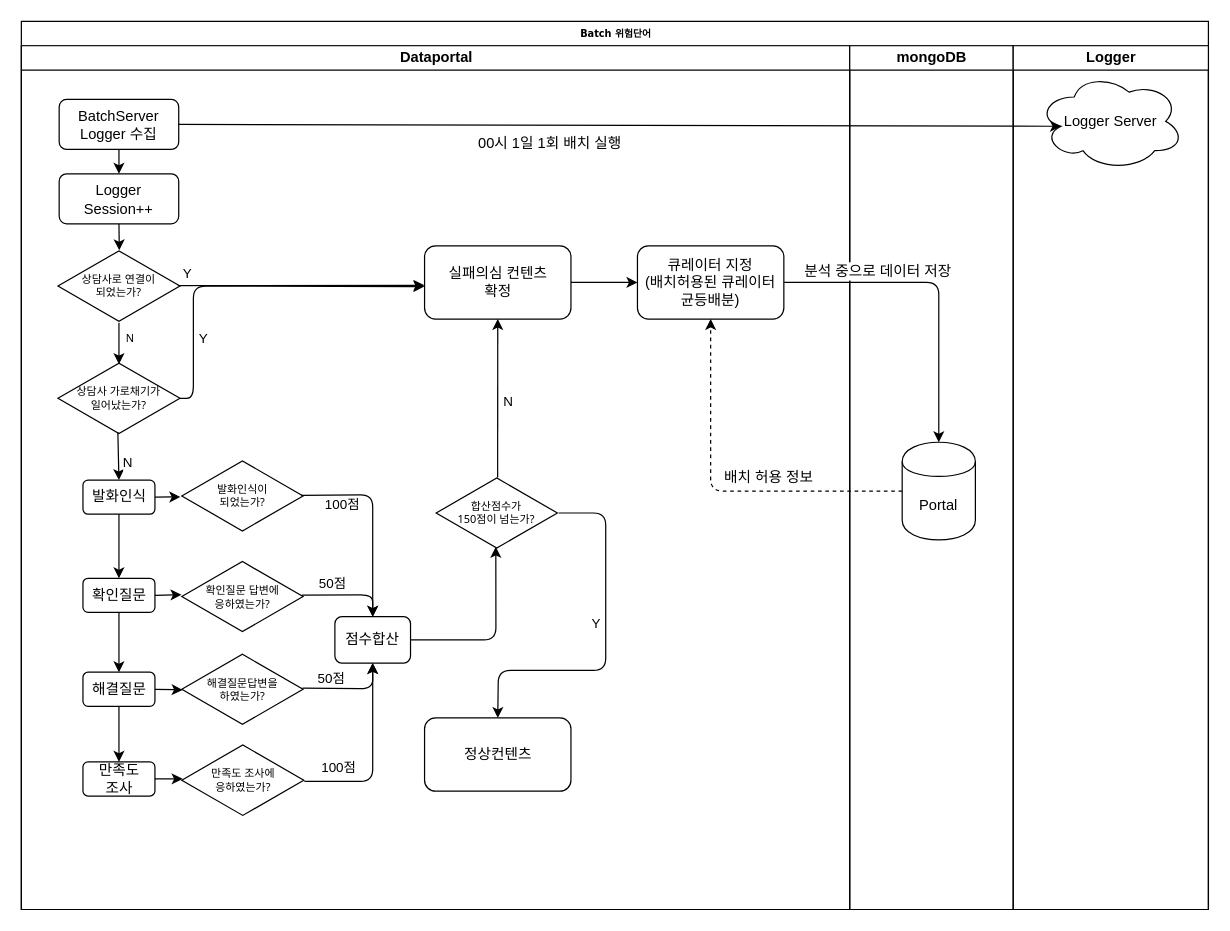
Before: page "실패의심 컨텐츠" (2 of 2) of 배치.drawio in dongyoupkim/kdycorp, a draw.io diagram. Source tidied: cells renumbered, new cells numbered last; positions are measured from the earlier drawing's top-left corner, leaving out a move shared by most shapes. Both pictures are drawn from the tidied source at 122%, with x=0, y=0 at pixel (21, 21).
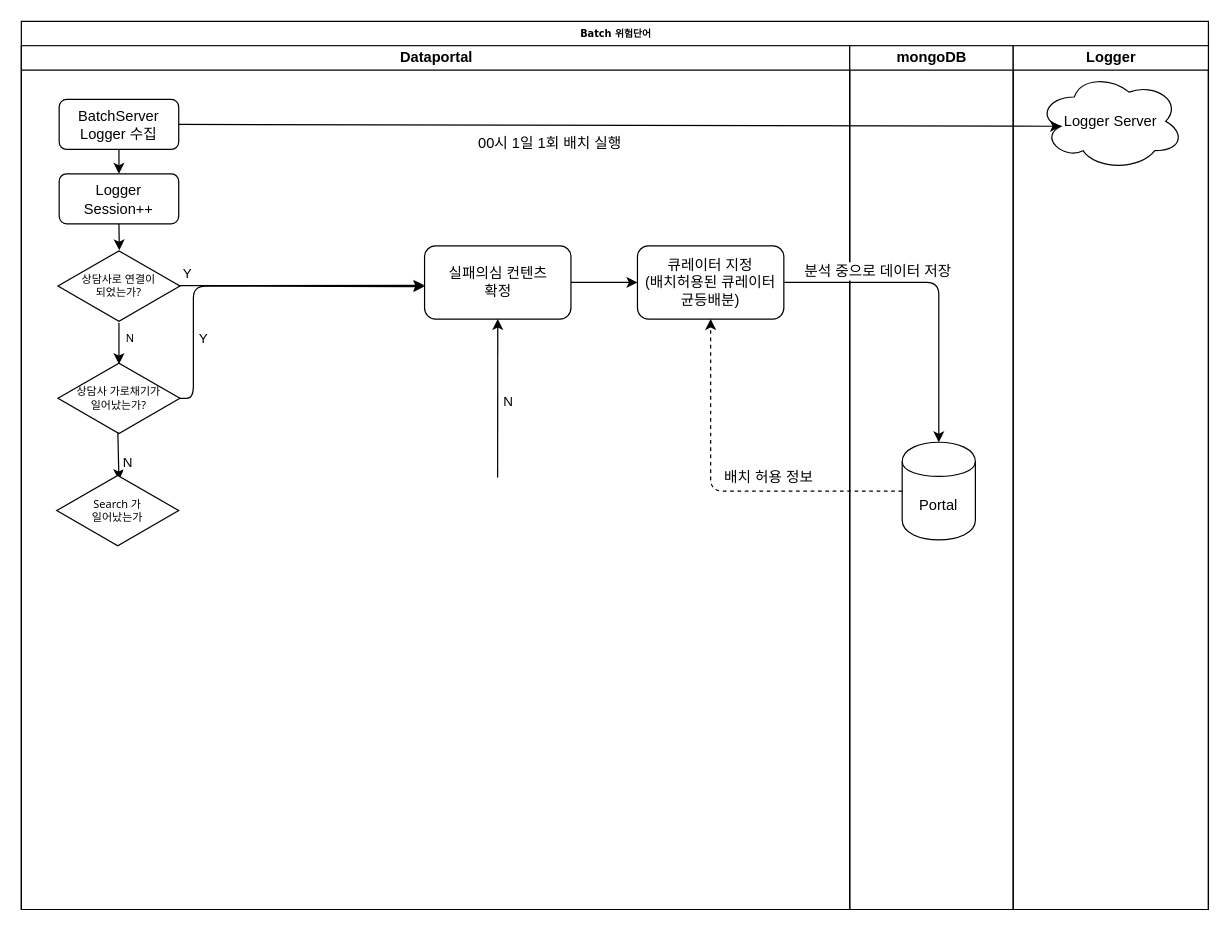
After the change.

The change refers to these unchanged cells:
```xml
<mxCell id="3" value="Dataportal" style="swimlane;html=1;startSize=20;" parent="2" vertex="1">
  <mxGeometry y="20" width="679" height="708" as="geometry" />
</mxCell>
<mxCell id="5" value="상담사 가로채기가&lt;br&gt;일어났는가?" style="html=1;whiteSpace=wrap;shape=isoRectangle;fontFamily=Tahoma;fontSize=9;" parent="3" vertex="1">
  <mxGeometry x="30" y="259" width="100" height="60" as="geometry" />
</mxCell>
<mxCell id="11" value="실패의심 컨텐츠&lt;br&gt;확정" style="rounded=1;whiteSpace=wrap;html=1;" parent="3" vertex="1">
  <mxGeometry x="330.5" y="164" width="120" height="60" as="geometry" />
</mxCell>
```

Change to the diagram source:
```diff
@@
-    <mxCell id="6" value="해결질문답변을&lt;br&gt;하였는가?" style="html=1;whiteSpace=wrap;shape=isoRectangle;fontFamily=Tahoma;fontSize=9;" parent="3" vertex="1">
-      <mxGeometry x="131.5" y="497.5" width="99.4" height="60" as="geometry" />
-    </mxCell>
-    <mxCell id="7" value="만족도 조사에&lt;br&gt;응하였는가?" style="html=1;whiteSpace=wrap;shape=isoRectangle;fontFamily=Tahoma;fontSize=9;" parent="3" vertex="1">
-      <mxGeometry x="131.5" y="572" width="100" height="60" as="geometry" />
-    </mxCell>
@@
-    <mxCell id="9" value="확인질문 답변에 &lt;br&gt;응하였는가?" style="html=1;whiteSpace=wrap;shape=isoRectangle;fontFamily=Tahoma;fontSize=9;" parent="3" vertex="1">
-      <mxGeometry x="131.5" y="421.5" width="99.4" height="60" as="geometry" />
-    </mxCell>
-    <mxCell id="10" value="발화인식이&lt;br&gt;되었는가?" style="html=1;whiteSpace=wrap;shape=isoRectangle;fontFamily=Tahoma;fontSize=9;" parent="3" vertex="1">
-      <mxGeometry x="131.5" y="339" width="99.4" height="60" as="geometry" />
-    </mxCell>
@@
-    <mxCell id="14" value="점수합산" style="rounded=1;whiteSpace=wrap;html=1;" parent="3" vertex="1">
-      <mxGeometry x="257" y="468" width="62" height="38" as="geometry" />
-    </mxCell>
-    <mxCell id="15" value="발화인식" style="rounded=1;whiteSpace=wrap;html=1;" parent="3" vertex="1">
-      <mxGeometry x="50.5" y="356" width="59" height="28" as="geometry" />
-    </mxCell>
-    <mxCell id="16" value="N" style="endArrow=classic;html=1;entryX=0.5;entryY=0;entryDx=0;entryDy=0;exitX=0.491;exitY=0.964;exitDx=0;exitDy=0;exitPerimeter=0;" parent="3" edge="1" source="5" target="15">
-      <mxGeometry x="0.3" y="7" relative="1" as="geometry" />
+    <mxCell id="16" value="N" style="endArrow=classic;html=1;entryX=0.5;entryY=0;entryDx=0;entryDy=0;exitX=0.491;exitY=0.964;exitDx=0;exitDy=0;exitPerimeter=0;" parent="3" edge="1" source="5">
+      <mxGeometry x="0.3" y="7" relative="1" as="geometry">
+        <mxPoint x="80" y="356" as="targetPoint" />
+      </mxGeometry>
     </mxCell>
-    <mxCell id="17" value="확인질문" style="rounded=1;whiteSpace=wrap;html=1;" parent="3" vertex="1">
-      <mxGeometry x="50.5" y="436.5" width="59" height="28" as="geometry" />
-    </mxCell>
-    <mxCell id="18" value="해결질문" style="rounded=1;whiteSpace=wrap;html=1;" parent="3" vertex="1">
-      <mxGeometry x="50.5" y="513.5" width="59" height="28" as="geometry" />
-    </mxCell>
-    <mxCell id="19" value="만족도&lt;br&gt;조사" style="rounded=1;whiteSpace=wrap;html=1;" parent="3" vertex="1">
-      <mxGeometry x="50.5" y="587" width="59" height="28" as="geometry" />
-    </mxCell>
-    <mxCell id="20" style="endArrow=classic;html=1;entryX=0.5;entryY=0;entryDx=0;entryDy=0;exitX=0.5;exitY=1;exitDx=0;exitDy=0;" parent="3" edge="1" source="15" target="17">
-      <mxGeometry x="0.3" y="7" relative="1" as="geometry" />
-    </mxCell>
-    <mxCell id="21" style="endArrow=classic;html=1;entryX=0.5;entryY=0;entryDx=0;entryDy=0;" parent="3" edge="1" source="17" target="18">
-      <mxGeometry x="0.3" y="7" relative="1" as="geometry" />
-    </mxCell>
-    <mxCell id="22" style="endArrow=classic;html=1;entryX=0.5;entryY=0;entryDx=0;entryDy=0;exitX=0.5;exitY=1;exitDx=0;exitDy=0;" parent="3" edge="1" source="18" target="19">
-      <mxGeometry x="0.3" y="7" relative="1" as="geometry" />
-    </mxCell>
-    <mxCell id="23" style="endArrow=classic;html=1;entryX=-0.012;entryY=0.513;entryDx=0;entryDy=0;entryPerimeter=0;exitX=1;exitY=0.5;exitDx=0;exitDy=0;" parent="3" edge="1" source="15" target="10">
-      <mxGeometry relative="1" as="geometry" />
-    </mxCell>
-    <mxCell id="24" style="endArrow=classic;html=1;entryX=-0.002;entryY=0.474;entryDx=0;entryDy=0;entryPerimeter=0;exitX=1;exitY=0.5;exitDx=0;exitDy=0;" parent="3" edge="1" source="17" target="9">
-      <mxGeometry relative="1" as="geometry" />
-    </mxCell>
-    <mxCell id="25" style="endArrow=classic;html=1;entryX=0.007;entryY=0.508;entryDx=0;entryDy=0;entryPerimeter=0;exitX=1;exitY=0.5;exitDx=0;exitDy=0;" parent="3" edge="1" source="18" target="6">
-      <mxGeometry relative="1" as="geometry" />
-    </mxCell>
-    <mxCell id="26" style="endArrow=classic;html=1;entryX=0.007;entryY=0.482;entryDx=0;entryDy=0;entryPerimeter=0;exitX=1;exitY=0.5;exitDx=0;exitDy=0;" parent="3" edge="1" source="19" target="7">
-      <mxGeometry relative="1" as="geometry" />
-    </mxCell>
-    <mxCell id="27" value="100점" style="endArrow=classic;html=1;exitX=0.985;exitY=0.491;exitDx=0;exitDy=0;exitPerimeter=0;entryX=0.5;entryY=0;entryDx=0;entryDy=0;" parent="3" edge="1" source="10" target="14">
-      <mxGeometry x="-0.57" y="-8" relative="1" as="geometry">
-        <Array as="points">
-          <mxPoint x="288" y="368" />
-        </Array>
-      </mxGeometry>
-    </mxCell>
-    <mxCell id="28" value="50점" style="endArrow=classic;html=1;exitX=0.99;exitY=0.481;exitDx=0;exitDy=0;exitPerimeter=0;entryX=0.5;entryY=0;entryDx=0;entryDy=0;" parent="3" edge="1" source="9" target="14">
-      <mxGeometry x="-0.35" y="9" relative="1" as="geometry">
-        <Array as="points">
-          <mxPoint x="288" y="450" />
-        </Array>
-      </mxGeometry>
-    </mxCell>
-    <mxCell id="29" value="50점" style="endArrow=classic;html=1;entryX=0.5;entryY=1;entryDx=0;entryDy=0;exitX=0.995;exitY=0.485;exitDx=0;exitDy=0;exitPerimeter=0;" parent="3" edge="1" source="6" target="14">
-      <mxGeometry x="0.67" y="34" relative="1" as="geometry">
-        <Array as="points">
-          <mxPoint x="288" y="527" />
-        </Array>
-      </mxGeometry>
-    </mxCell>
-    <mxCell id="30" value="100점" style="endArrow=classic;html=1;entryX=0.5;entryY=1;entryDx=0;entryDy=0;exitX=1.005;exitY=0.517;exitDx=0;exitDy=0;exitPerimeter=0;" parent="3" edge="1" source="7" target="14">
-      <mxGeometry x="-0.63" y="11" relative="1" as="geometry">
-        <Array as="points">
-          <mxPoint x="288" y="603" />
-        </Array>
-      </mxGeometry>
-    </mxCell>
-    <mxCell id="31" value="합산점수가&lt;br&gt;150점이 넘는가?" style="html=1;whiteSpace=wrap;shape=isoRectangle;fontFamily=Tahoma;fontSize=9;" parent="3" vertex="1">
-      <mxGeometry x="340" y="353" width="99.4" height="60" as="geometry" />
-    </mxCell>
-    <mxCell id="32" style="endArrow=classic;html=1;exitX=1;exitY=0.5;exitDx=0;exitDy=0;entryX=0.492;entryY=0.962;entryDx=0;entryDy=0;entryPerimeter=0;" parent="3" edge="1" source="14" target="31">
-      <mxGeometry relative="1" as="geometry">
-        <Array as="points">
-          <mxPoint x="389" y="487" />
-        </Array>
-      </mxGeometry>
-    </mxCell>
-    <mxCell id="33" value="N" style="endArrow=classic;html=1;exitX=0.507;exitY=0.014;exitDx=0;exitDy=0;exitPerimeter=0;entryX=0.5;entryY=1;entryDx=0;entryDy=0;" parent="3" edge="1" source="31" target="11">
-      <mxGeometry x="-0.05" y="-9" relative="1" as="geometry" />
+    <mxCell id="33" value="N" style="endArrow=classic;html=1;exitX=0.507;exitY=0.014;exitDx=0;exitDy=0;exitPerimeter=0;entryX=0.5;entryY=1;entryDx=0;entryDy=0;" parent="3" edge="1" target="11">
+      <mxGeometry x="-0.05" y="-9" relative="1" as="geometry">
+        <mxPoint x="390.4" y="353.8" as="sourcePoint" />
+      </mxGeometry>
     </mxCell>
-    <mxCell id="34" value="정상컨텐츠" style="rounded=1;whiteSpace=wrap;html=1;" parent="3" vertex="1">
-      <mxGeometry x="330.5" y="551" width="120" height="60" as="geometry" />
-    </mxCell>
-    <mxCell id="35" value="Y" style="endArrow=classic;html=1;exitX=1.01;exitY=0.5;exitDx=0;exitDy=0;exitPerimeter=0;entryX=0.5;entryY=0;entryDx=0;entryDy=0;" parent="3" edge="1" source="31" target="34">
-      <mxGeometry x="-0.12" y="-8" relative="1" as="geometry">
-        <Array as="points">
-          <mxPoint x="479" y="383" />
-          <mxPoint x="479" y="512" />
-          <mxPoint x="391" y="512" />
-        </Array>
-      </mxGeometry>
-    </mxCell>
@@
+    <mxCell id="52" value="Search 가&lt;br&gt;일어났는가" style="html=1;whiteSpace=wrap;shape=isoRectangle;fontFamily=Tahoma;fontSize=9;" parent="3" vertex="1">
+      <mxGeometry x="29" y="351" width="100" height="60" as="geometry" />
+    </mxCell>
```
